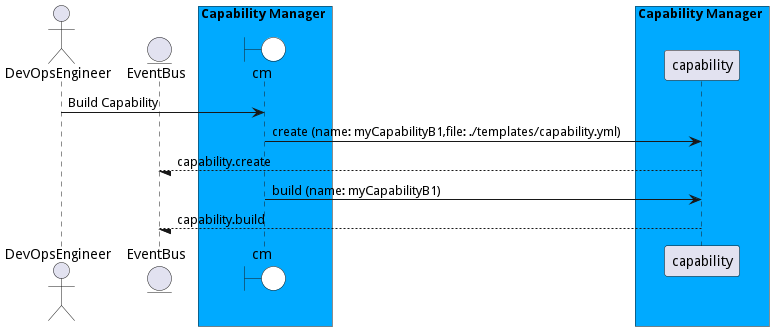
The PlantUML diagram docs/sabr/aml/cm/usecases/developcapability/BuildCapability.png in madajaju/sabr, before a commit.
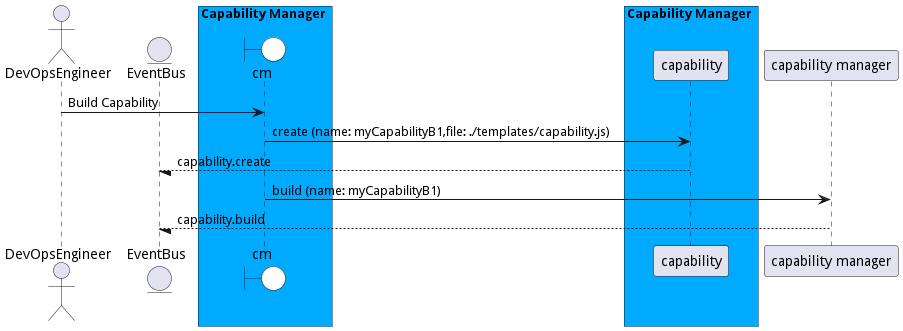
Later version of the same file.

The edit, as a diff of the source:
```diff
@@ -17,13 +17,13 @@
 
 "DevOpsEngineer" -> cm: Build Capability
 
-    cm -> "capability": create (name: myCapabilityB1,file: ./templates/capability.yml)
+    cm -> "capability": create (name: myCapabilityB1,file: ./templates/capability.js)
 
     "capability" --/ EventBus: capability.create
 
-    cm -> "capability": build (name: myCapabilityB1)
+    cm -> "capability manager": build (name: myCapabilityB1)
 
-    "capability" --/ EventBus: capability.build
+    "capability manager" --/ EventBus: capability.build
 
 
 
```
